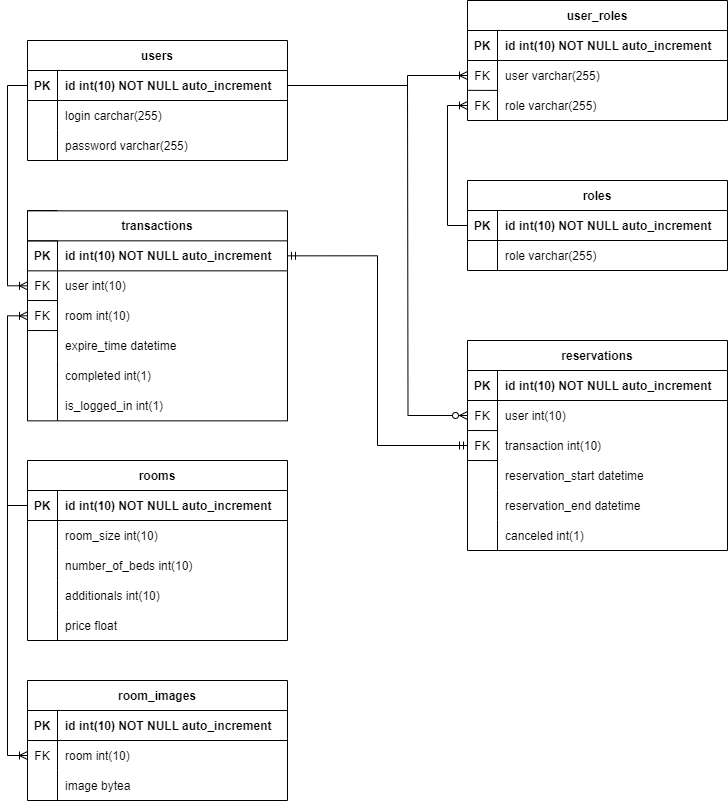
This is database/db_relations/hotel_db.png from DawidBogon/HotelBookingApp, a draw.io export, as it was before one commit. Source tidied: cells renumbered, new cells last; positions are measured from the earlier drawing's top-left corner, leaving out a move shared by most shapes.
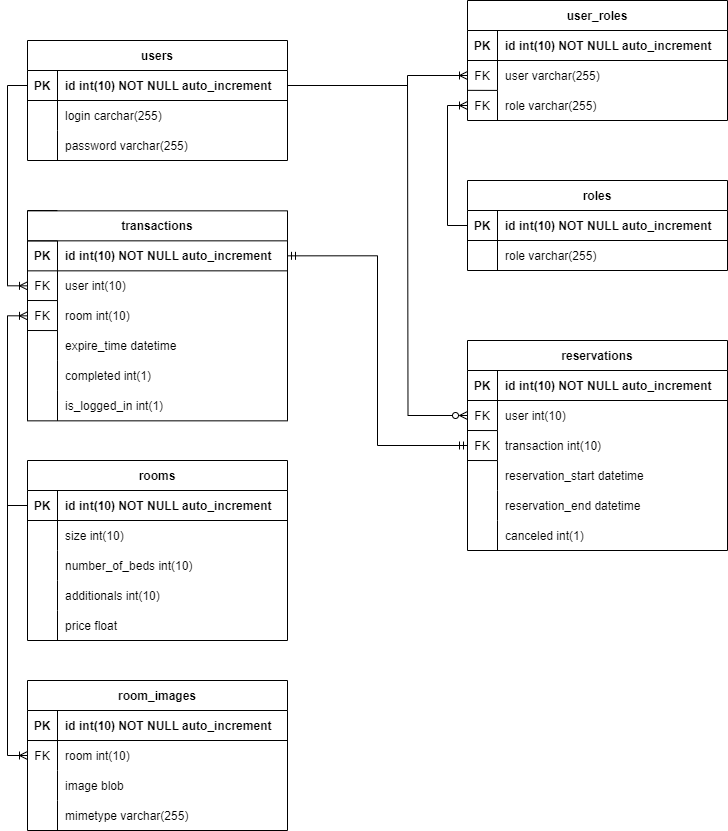
Later version of the same file.

The edit, as a diff of the source:
```diff
@@ -172,7 +172,7 @@
     <mxCell id="56" style="shape=partialRectangle;fillColor=none;top=0;left=0;bottom=0;right=0;overflow=hidden;" parent="55" vertex="1">
       <mxGeometry width="30" height="30" as="geometry" />
     </mxCell>
-    <mxCell id="57" value="room_size int(10)" style="shape=partialRectangle;fillColor=none;top=0;left=0;bottom=0;right=0;align=left;spacingLeft=6;overflow=hidden;" parent="55" vertex="1">
+    <mxCell id="57" value="size int(10)" style="shape=partialRectangle;fillColor=none;top=0;left=0;bottom=0;right=0;align=left;spacingLeft=6;overflow=hidden;" parent="55" vertex="1">
       <mxGeometry x="30" width="230" height="30" as="geometry" />
     </mxCell>
     <mxCell id="58" style="shape=tableRow;horizontal=0;startSize=0;swimlaneHead=0;swimlaneBody=0;fillColor=none;top=0;left=0;right=0;bottom=0;" parent="51" vertex="1">
@@ -286,7 +286,7 @@
       </mxGeometry>
     </mxCell>
     <mxCell id="92" value="room_images" style="shape=table;startSize=30;rowLines=0;fontStyle=1;align=center;" parent="1" vertex="1">
-      <mxGeometry x="20" y="680" width="260" height="120" as="geometry" />
+      <mxGeometry x="20" y="680" width="260" height="150" as="geometry" />
     </mxCell>
     <mxCell id="93" style="shape=tableRow;horizontal=0;startSize=0;swimlaneHead=0;swimlaneBody=0;fillColor=none;top=0;left=0;right=0;bottom=1;" parent="92" vertex="1">
       <mxGeometry y="30" width="260" height="30" as="geometry" />
@@ -312,9 +312,18 @@
     <mxCell id="100" style="shape=partialRectangle;fillColor=none;top=0;left=0;bottom=0;right=0;overflow=hidden;" parent="99" vertex="1">
       <mxGeometry width="30" height="30" as="geometry" />
     </mxCell>
-    <mxCell id="101" value="image bytea" style="shape=partialRectangle;fillColor=none;top=0;left=0;bottom=0;right=0;align=left;spacingLeft=6;overflow=hidden;" parent="99" vertex="1">
+    <mxCell id="101" value="image blob" style="shape=partialRectangle;fillColor=none;top=0;left=0;bottom=0;right=0;align=left;spacingLeft=6;overflow=hidden;" parent="99" vertex="1">
       <mxGeometry x="30" width="230" height="30" as="geometry" />
     </mxCell>
+    <mxCell id="108" style="shape=tableRow;horizontal=0;startSize=0;swimlaneHead=0;swimlaneBody=0;fillColor=none;top=0;left=0;right=0;bottom=0;" parent="92" vertex="1">
+      <mxGeometry y="120" width="260" height="30" as="geometry" />
+    </mxCell>
+    <mxCell id="109" style="shape=partialRectangle;fillColor=none;top=0;left=0;bottom=0;right=0;overflow=hidden;" parent="108" vertex="1">
+      <mxGeometry width="30" height="30" as="geometry" />
+    </mxCell>
+    <mxCell id="110" value="mimetype varchar(255)" style="shape=partialRectangle;fillColor=none;top=0;left=0;bottom=0;right=0;align=left;spacingLeft=6;overflow=hidden;" parent="108" vertex="1">
+      <mxGeometry x="30" width="230" height="30" as="geometry" />
+    </mxCell>
     <mxCell id="102" style="endArrow=none;html=1;rounded=0;entryX=0;entryY=-0.005;entryDx=0;entryDy=0;entryPerimeter=0;exitX=0.115;exitY=0.997;exitDx=0;exitDy=0;exitPerimeter=0;" parent="1" edge="1">
       <mxGeometry relative="1" as="geometry">
         <mxPoint x="49.9" y="300.1" as="sourcePoint" />
```
